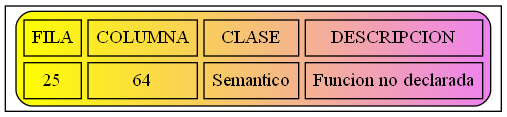
JoseMore99/OLC2_P1_201701015 keeps this Graphviz diagram as Errores.png. Above is the earlier version. Its source is kept beside it as Errores.dot.
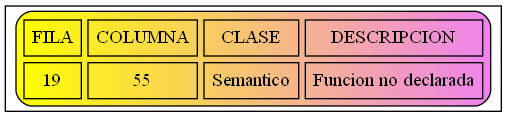
The same diagram one commit later.

What changed in the source:
```diff
@@ -2,6 +2,6 @@
 node [shape=record];
 a0 [label=<<TABLE border="1" cellspacing="5" cellpadding="5" style="rounded" bgcolor="yellow:violet">
 "<TR><TD>FILA</TD><TD>COLUMNA</TD><TD>CLASE</TD><TD>DESCRIPCION</TD></TR>
-<TR><TD>25</TD><TD>64</TD><TD>Semantico</TD><TD>Funcion no declarada</TD></TR>
+<TR><TD>19</TD><TD>55</TD><TD>Semantico</TD><TD>Funcion no declarada</TD></TR>
 </TABLE>>];
 }
```
